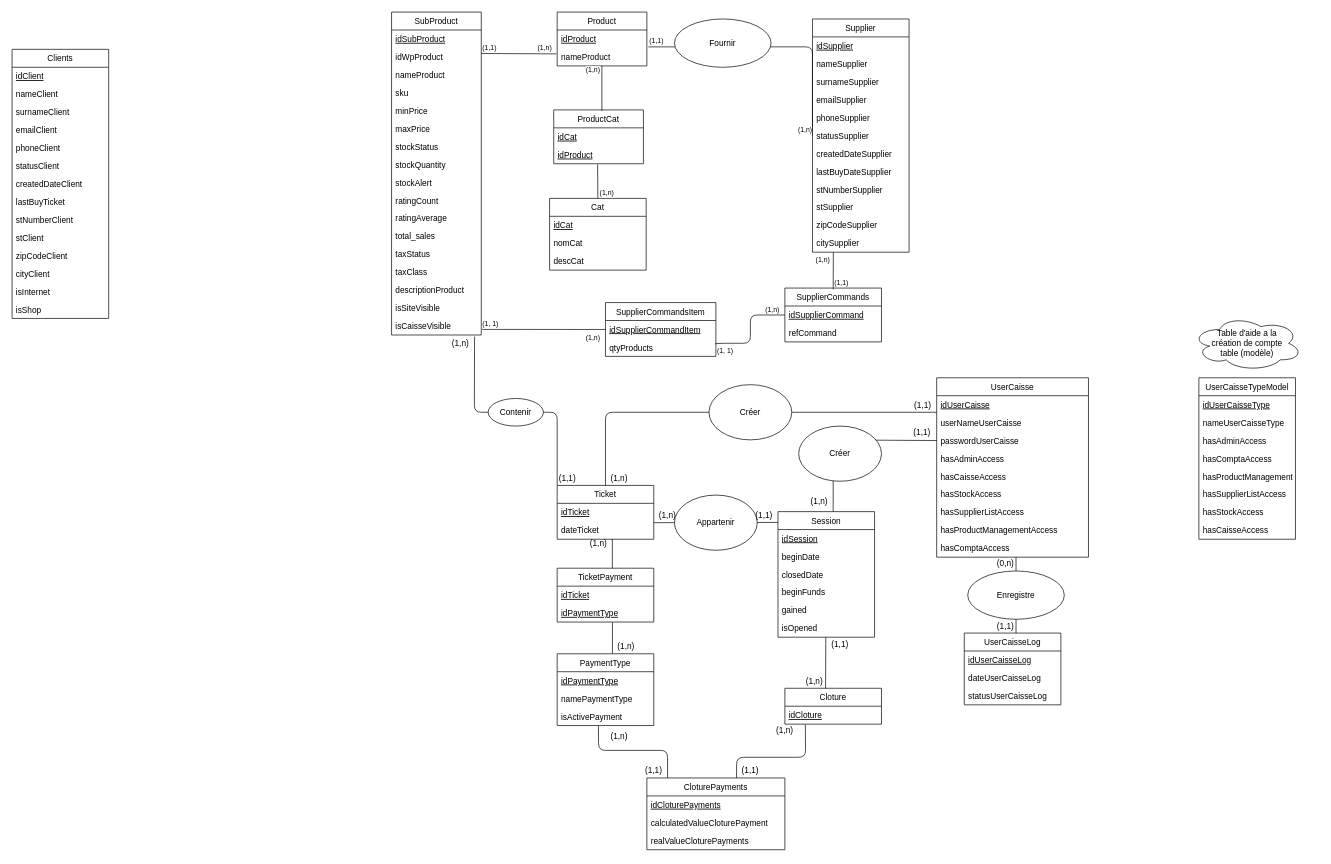
RomualdLewandoski/Groupe6 keeps this draw.io diagram as mcd-mld-TijaraShop-App/mcd-TijaraShop-app.drawio. Above is the earlier version. Source tidied: cells renumbered, new cells numbered last; positions are measured from the earlier drawing's top-left corner, leaving out a move shared by most shapes. Both pictures are drawn from the tidied source at 69%, with x=0, y=0 at pixel (12, 12).
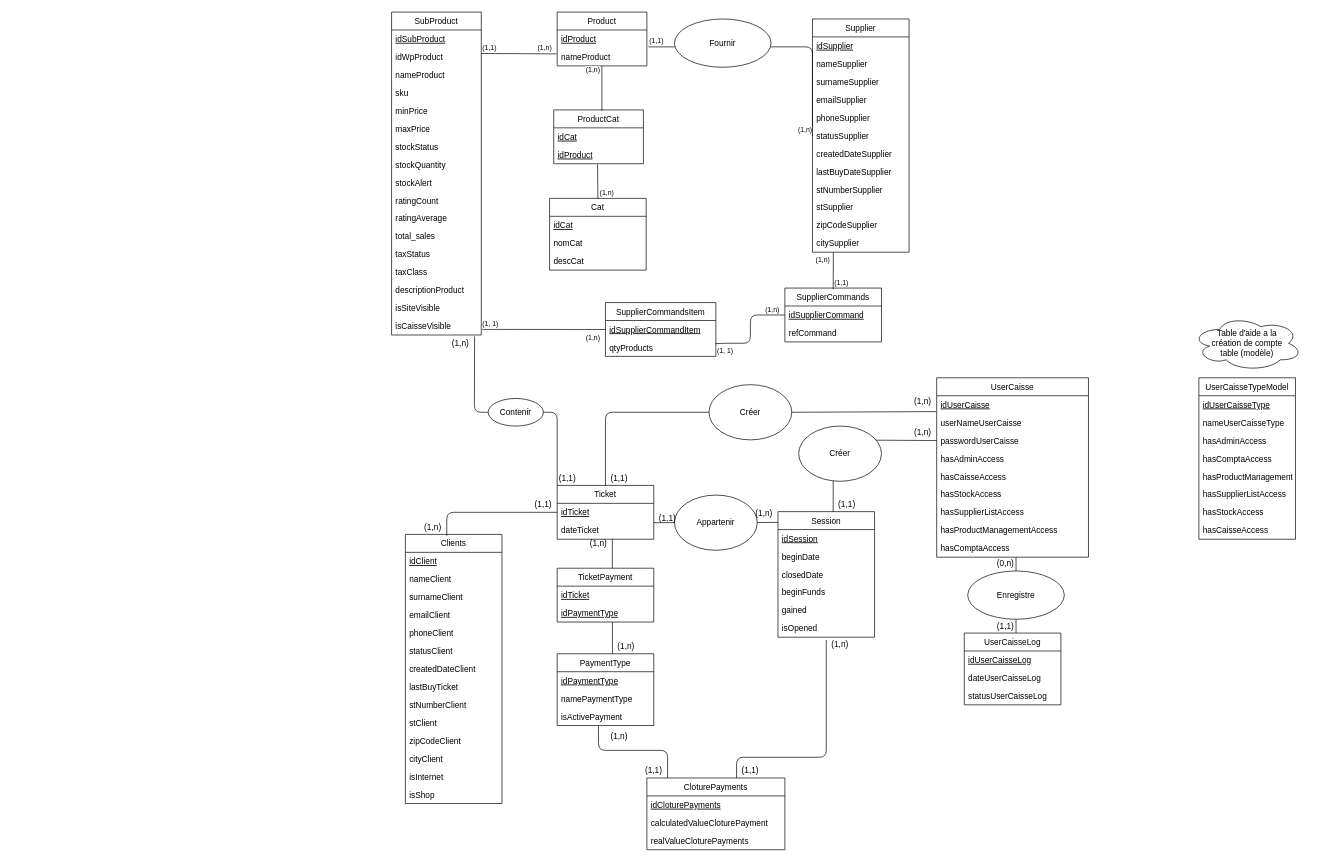
Above is the later version.

Commit message:
Edit MCD for TijaraShop's app

Unchanged cells that the change refers to:
```xml
<mxCell id="38" value="idUserCaisse" style="text;strokeColor=none;fillColor=none;align=left;verticalAlign=top;spacingLeft=4;spacingRight=4;overflow=hidden;points=[[0,0.5],[1,0.5]];portConstraint=eastwest;fontStyle=4;" parent="37" vertex="1">
  <mxGeometry y="26" width="220" height="26" as="geometry" />
</mxCell>
<mxCell id="120" value="isOpened" style="text;strokeColor=none;fillColor=none;align=left;verticalAlign=top;spacingLeft=4;spacingRight=4;overflow=hidden;points=[[0,0.5],[1,0.5]];portConstraint=eastwest;" parent="114" vertex="1">
  <mxGeometry y="156" width="140" height="26" as="geometry" />
</mxCell>
<mxCell id="125" value="idTicket" style="text;strokeColor=none;fillColor=none;align=left;verticalAlign=top;spacingLeft=4;spacingRight=4;overflow=hidden;points=[[0,0.5],[1,0.5]];portConstraint=eastwest;fontStyle=4;" parent="124" vertex="1">
  <mxGeometry y="26" width="140" height="26" as="geometry" />
</mxCell>
<mxCell id="130" value="Créer" style="ellipse;whiteSpace=wrap;html=1;" parent="1" vertex="1">
  <mxGeometry x="1010" y="540" width="120" height="80" as="geometry" />
</mxCell>
```

Change to the diagram source:
```diff
@@
     <mxCell id="22" value="Clients" style="swimlane;fontStyle=0;horizontal=1;startSize=26;fillColor=none;" parent="1" vertex="1">
-      <mxGeometry y="54" width="140" height="390" as="geometry" />
+      <mxGeometry x="570" y="757" width="140" height="390" as="geometry" />
     </mxCell>
@@
     <mxCell id="122" value="(1,n)" style="text;html=1;strokeColor=none;fillColor=none;align=center;verticalAlign=middle;whiteSpace=wrap;rounded=0;" parent="1" vertex="1">
-      <mxGeometry x="1150" y="700" width="40" height="20" as="geometry" />
+      <mxGeometry x="1300" y="600" width="40" height="20" as="geometry" />
     </mxCell>
     <mxCell id="123" value="(1,1)" style="text;html=1;strokeColor=none;fillColor=none;align=center;verticalAlign=middle;whiteSpace=wrap;rounded=0;" parent="1" vertex="1">
-      <mxGeometry x="1298.6" y="600" width="40" height="20" as="geometry" />
+      <mxGeometry x="1190" y="704" width="40" height="20" as="geometry" />
     </mxCell>
@@
-    <mxCell id="127" style="endArrow=none;html=1;entryX=1;entryY=1;entryDx=0;entryDy=0;" parent="1" edge="1" source="130" target="134">
-      <mxGeometry relative="1" as="geometry" />
-    </mxCell>
@@
     <mxCell id="134" value="(1,1)" style="text;html=1;strokeColor=none;fillColor=none;align=center;verticalAlign=middle;whiteSpace=wrap;rounded=0;" parent="1" vertex="1">
-      <mxGeometry x="1300" y="560" width="40" height="20" as="geometry" />
+      <mxGeometry x="860" y="666" width="40" height="20" as="geometry" />
     </mxCell>
     <mxCell id="135" value="(1,n)" style="text;html=1;strokeColor=none;fillColor=none;align=center;verticalAlign=middle;whiteSpace=wrap;rounded=0;" parent="1" vertex="1">
-      <mxGeometry x="860" y="666" width="40" height="20" as="geometry" />
+      <mxGeometry x="1300" y="554" width="40" height="20" as="geometry" />
     </mxCell>
     <mxCell id="136" value="(1,n)" style="text;html=1;strokeColor=none;fillColor=none;align=center;verticalAlign=middle;whiteSpace=wrap;rounded=0;" parent="1" vertex="1">
-      <mxGeometry x="930" y="720" width="40" height="20" as="geometry" />
+      <mxGeometry x="1070" y="717" width="40" height="20" as="geometry" />
     </mxCell>
     <mxCell id="137" value="(1,1)" style="text;html=1;strokeColor=none;fillColor=none;align=center;verticalAlign=middle;whiteSpace=wrap;rounded=0;" parent="1" vertex="1">
-      <mxGeometry x="1070" y="720" width="40" height="20" as="geometry" />
+      <mxGeometry x="930" y="724" width="40" height="20" as="geometry" />
     </mxCell>
@@
-    <mxCell id="151" value="Cloture" style="swimlane;fontStyle=0;horizontal=1;startSize=26;fillColor=none;" parent="1" vertex="1">
-      <mxGeometry x="1120" y="980" width="140" height="52" as="geometry" />
-    </mxCell>
-    <mxCell id="152" value="idCloture" style="text;strokeColor=none;fillColor=none;align=left;verticalAlign=top;spacingLeft=4;spacingRight=4;overflow=hidden;points=[[0,0.5],[1,0.5]];portConstraint=eastwest;fontStyle=4;" parent="151" vertex="1">
-      <mxGeometry y="26" width="140" height="26" as="geometry" />
-    </mxCell>
@@
-    <mxCell id="158" style="endArrow=none;html=1;entryX=0.212;entryY=1.021;entryDx=0;entryDy=0;entryPerimeter=0;" parent="1" edge="1" target="152">
+    <mxCell id="158" style="endArrow=none;html=1;entryX=0.5;entryY=1.154;entryDx=0;entryDy=0;entryPerimeter=0;" parent="1" edge="1" target="120">
       <mxGeometry relative="1" as="geometry">
         <mxPoint x="1050" y="1110" as="sourcePoint" />
         <Array as="points">
           <mxPoint x="1050" y="1080" />
-          <mxPoint x="1150" y="1080" />
+          <mxPoint x="1180" y="1080" />
         </Array>
       </mxGeometry>
     </mxCell>
@@
-    <mxCell id="161" value="(1,n)" style="text;html=1;strokeColor=none;fillColor=none;align=center;verticalAlign=middle;whiteSpace=wrap;rounded=0;" parent="1" vertex="1">
-      <mxGeometry x="1100" y="1032" width="40" height="20" as="geometry" />
-    </mxCell>
@@
-    <mxCell id="163" style="endArrow=none;html=1;entryX=0.495;entryY=1.004;entryDx=0;entryDy=0;entryPerimeter=0;" parent="1" edge="1" target="120">
-      <mxGeometry relative="1" as="geometry">
-        <mxPoint x="1179" y="980" as="sourcePoint" />
-      </mxGeometry>
-    </mxCell>
-    <mxCell id="164" value="(1,n)" style="text;html=1;strokeColor=none;fillColor=none;align=center;verticalAlign=middle;whiteSpace=wrap;rounded=0;" parent="1" vertex="1">
-      <mxGeometry x="1143.3" y="960" width="40" height="20" as="geometry" />
-    </mxCell>
-    <mxCell id="165" value="(1,1)" style="text;html=1;strokeColor=none;fillColor=none;align=center;verticalAlign=middle;whiteSpace=wrap;rounded=0;" parent="1" vertex="1">
+    <mxCell id="165" value="(1,n)" style="text;html=1;strokeColor=none;fillColor=none;align=center;verticalAlign=middle;whiteSpace=wrap;rounded=0;" parent="1" vertex="1">
       <mxGeometry x="1180" y="906" width="40" height="20" as="geometry" />
     </mxCell>
@@
+    <mxCell id="167" style="endArrow=none;html=1;exitX=-0.005;exitY=0.885;exitDx=0;exitDy=0;exitPerimeter=0;entryX=1;entryY=0.5;entryDx=0;entryDy=0;" parent="1" edge="1" source="38" target="130">
+      <mxGeometry relative="1" as="geometry" />
+    </mxCell>
+    <mxCell id="168" style="endArrow=none;html=1;entryX=0;entryY=0.5;entryDx=0;entryDy=0;" parent="1" edge="1" target="125">
+      <mxGeometry relative="1" as="geometry">
+        <mxPoint x="630" y="759" as="sourcePoint" />
+        <Array as="points">
+          <mxPoint x="630" y="725" />
+        </Array>
+      </mxGeometry>
+    </mxCell>
+    <mxCell id="169" value="(1,1)" style="text;html=1;strokeColor=none;fillColor=none;align=center;verticalAlign=middle;whiteSpace=wrap;rounded=0;" parent="1" vertex="1">
+      <mxGeometry x="750" y="704" width="40" height="20" as="geometry" />
+    </mxCell>
+    <mxCell id="170" value="(1,n)" style="text;html=1;strokeColor=none;fillColor=none;align=center;verticalAlign=middle;whiteSpace=wrap;rounded=0;" parent="1" vertex="1">
+      <mxGeometry x="590" y="737" width="40" height="20" as="geometry" />
+    </mxCell>
```
